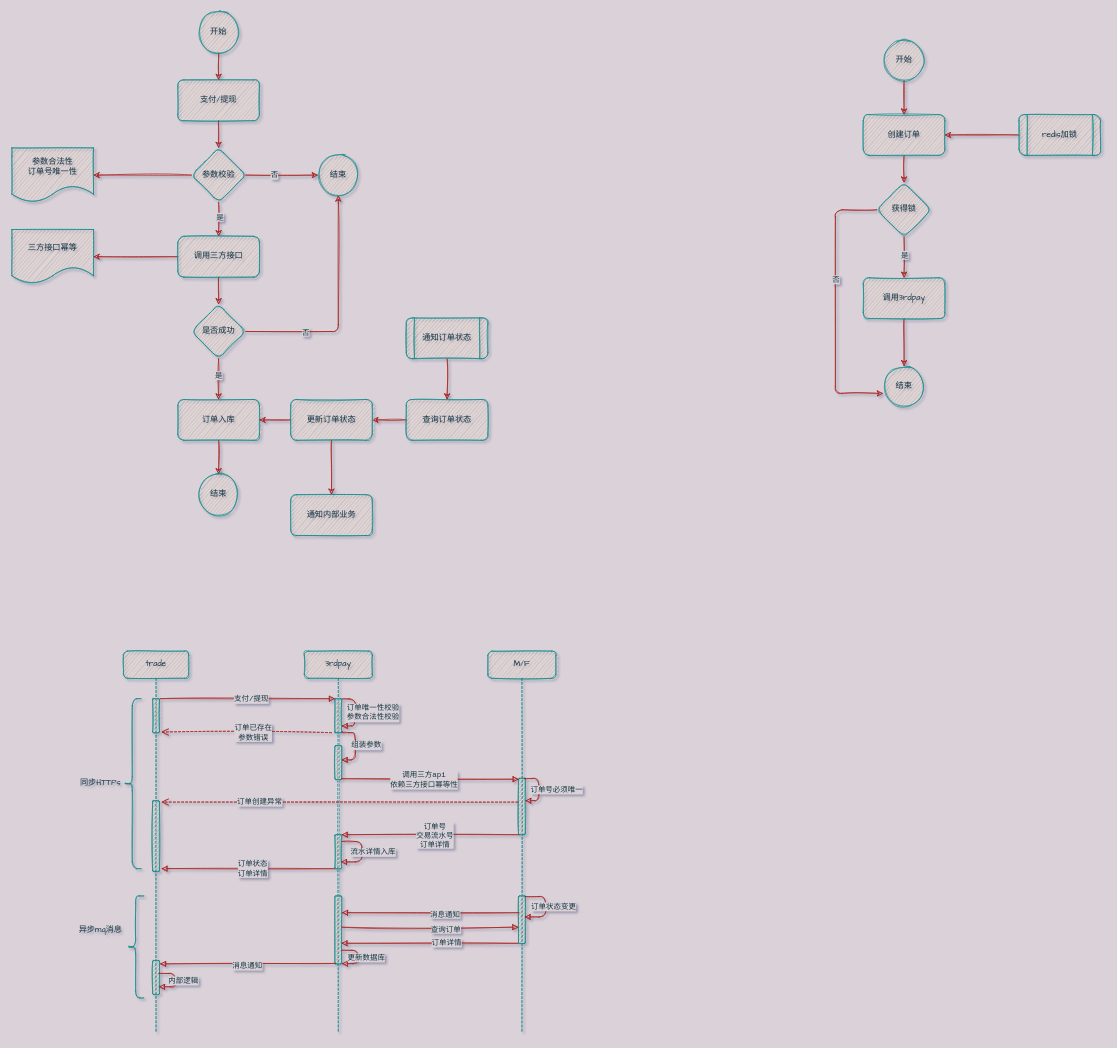
jarcn/pic keeps this draw.io diagram as page "支付/提现接口幂等方案" (4 of 4) of 支付流程.drawio. Above is the earlier version. Source tidied: cells renumbered, new cells numbered last; positions are measured from the earlier drawing's top-left corner, leaving out a move shared by most shapes. Both pictures are drawn from the tidied source at 68%, with x=0, y=0 at pixel (12, 12).
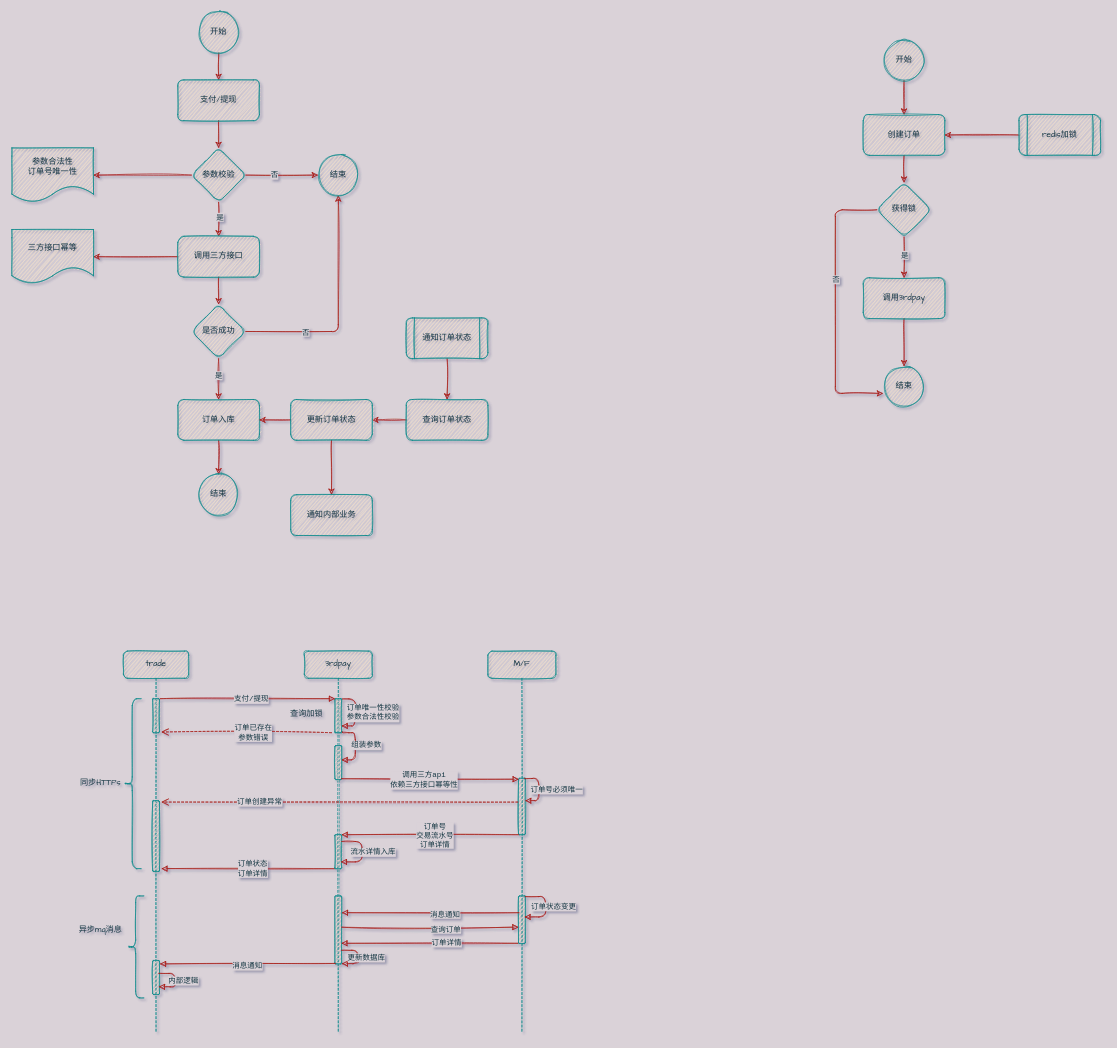
The same diagram, later.

Commit message (it also covers changes not shown here):
更新支付流程.drawio

What changed in the source:
```diff
@@
+    <mxCell id="97" value="&lt;div&gt;查询加锁&lt;/div&gt;" style="text;html=1;align=center;verticalAlign=middle;strokeColor=none;fillColor=none;fontColor=#143642;" parent="1" vertex="1">
+      <mxGeometry x="404" y="1023" width="58" height="18" as="geometry" />
+    </mxCell>
```
